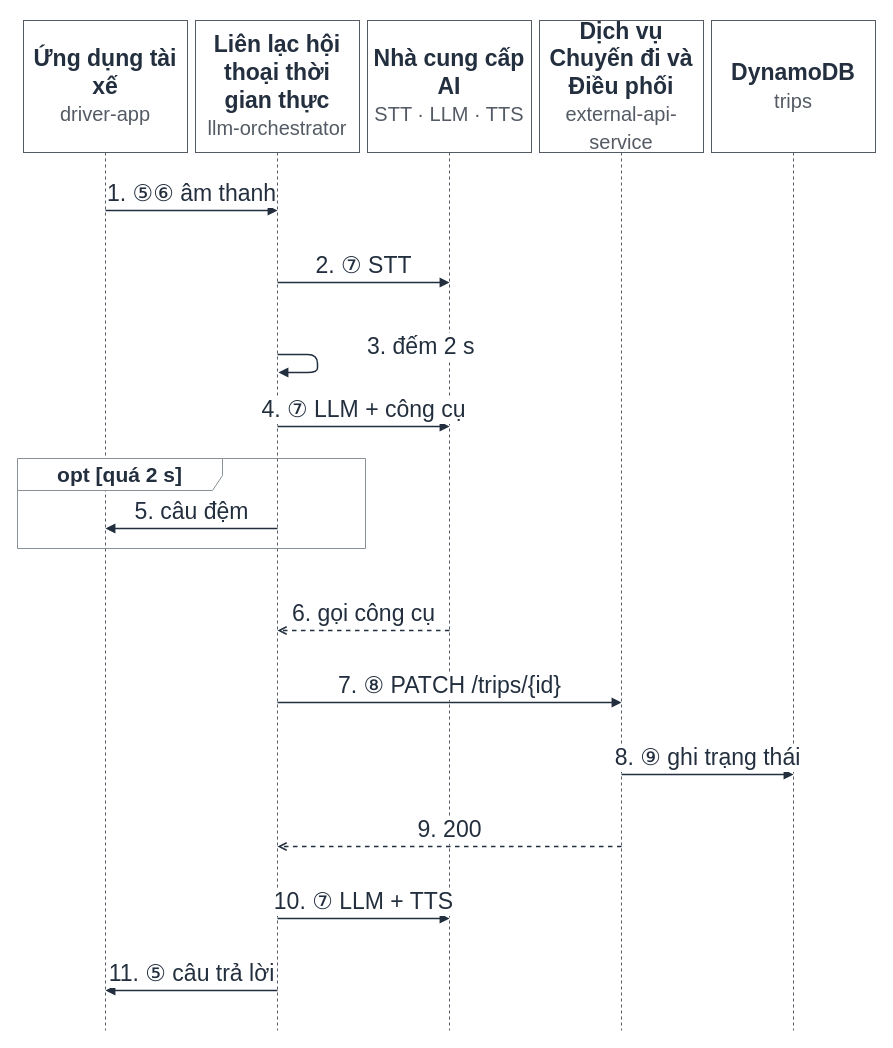
The draw.io diagram page "S3 Một lượt hội thoại" (3 of 7) of docs/diagrams/H4_sequences.drawio in nexgenspeak-max/AI-Powered-Driver-Assistant, before the edit. Source tidied: cells renumbered, new cells numbered last; positions are measured from the earlier drawing's top-left corner, leaving out a move shared by most shapes. Both pictures are drawn from the tidied source at 100%, with x=0, y=0 at pixel (17, 20).
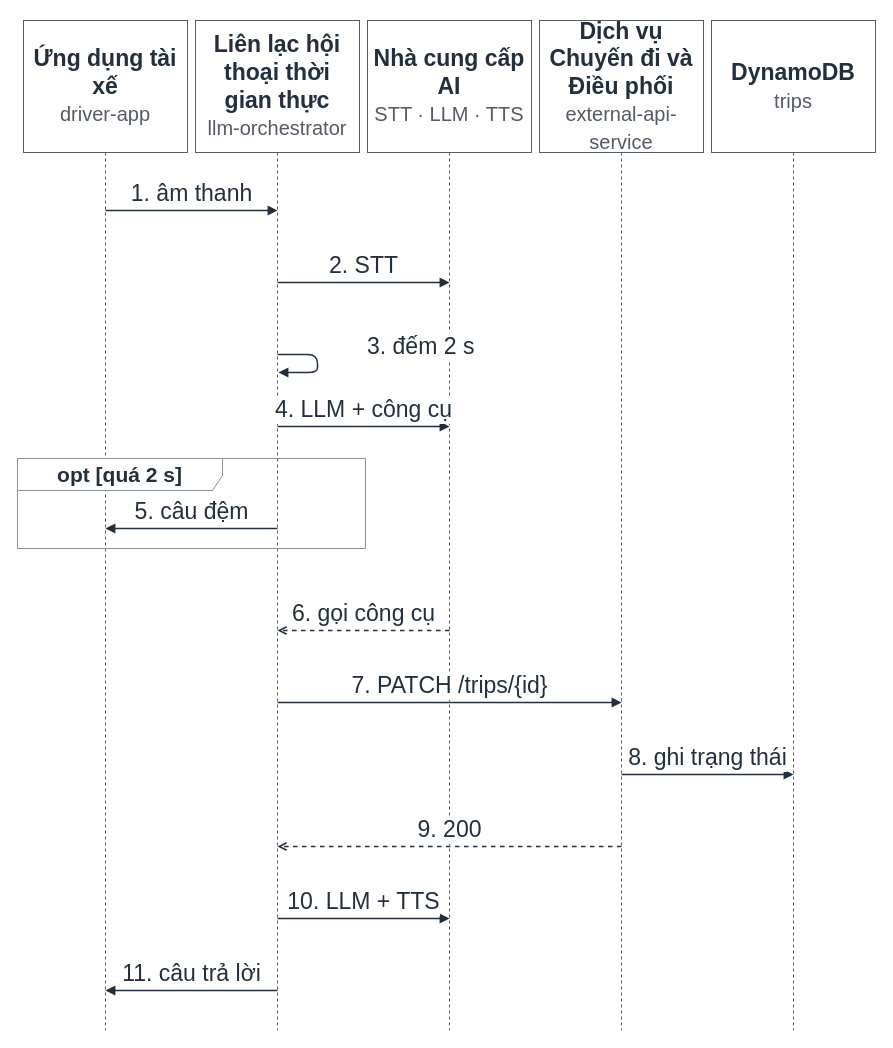
The same diagram, later.

Change to the diagram source:
```diff
@@
-    <mxCell id="7" value="1. ⑤⑥ âm thanh" style="html=1;verticalAlign=bottom;endArrow=block;endFill=1;strokeColor=#232F3E;strokeWidth=1.5;fontSize=23;fontColor=#232F3E;labelBackgroundColor=#FFFFFF;fontFamily=Helvetica;" parent="1" edge="1">
+    <mxCell id="7" value="1. âm thanh" style="html=1;verticalAlign=bottom;endArrow=block;endFill=1;strokeColor=#232F3E;strokeWidth=1.5;fontSize=23;fontColor=#232F3E;labelBackgroundColor=#FFFFFF;fontFamily=Helvetica;" parent="1" edge="1">
       <mxGeometry relative="1" as="geometry">
         <mxPoint x="88" y="190" as="sourcePoint" />
         <mxPoint x="260" y="190" as="targetPoint" />
       </mxGeometry>
     </mxCell>
-    <mxCell id="8" value="2. ⑦ STT" style="html=1;verticalAlign=bottom;endArrow=block;endFill=1;strokeColor=#232F3E;strokeWidth=1.5;fontSize=23;fontColor=#232F3E;labelBackgroundColor=#FFFFFF;fontFamily=Helvetica;" parent="1" edge="1">
+    <mxCell id="8" value="2. STT" style="html=1;verticalAlign=bottom;endArrow=block;endFill=1;strokeColor=#232F3E;strokeWidth=1.5;fontSize=23;fontColor=#232F3E;labelBackgroundColor=#FFFFFF;fontFamily=Helvetica;" parent="1" edge="1">
       <mxGeometry relative="1" as="geometry">
         <mxPoint x="260" y="262" as="sourcePoint" />
         <mxPoint x="432" y="262" as="targetPoint" />
       </mxGeometry>
     </mxCell>
@@
-    <mxCell id="10" value="4. ⑦ LLM + công cụ" style="html=1;verticalAlign=bottom;endArrow=block;endFill=1;strokeColor=#232F3E;strokeWidth=1.5;fontSize=23;fontColor=#232F3E;labelBackgroundColor=#FFFFFF;fontFamily=Helvetica;" parent="1" edge="1">
+    <mxCell id="10" value="4. LLM + công cụ" style="html=1;verticalAlign=bottom;endArrow=block;endFill=1;strokeColor=#232F3E;strokeWidth=1.5;fontSize=23;fontColor=#232F3E;labelBackgroundColor=#FFFFFF;fontFamily=Helvetica;" parent="1" edge="1">
       <mxGeometry relative="1" as="geometry">
         <mxPoint x="260" y="406" as="sourcePoint" />
         <mxPoint x="432" y="406" as="targetPoint" />
       </mxGeometry>
     </mxCell>
@@
-    <mxCell id="13" value="7. ⑧ PATCH /trips/{id}" style="html=1;verticalAlign=bottom;endArrow=block;endFill=1;strokeColor=#232F3E;strokeWidth=1.5;fontSize=23;fontColor=#232F3E;labelBackgroundColor=#FFFFFF;fontFamily=Helvetica;" parent="1" edge="1">
+    <mxCell id="13" value="7. PATCH /trips/{id}" style="html=1;verticalAlign=bottom;endArrow=block;endFill=1;strokeColor=#232F3E;strokeWidth=1.5;fontSize=23;fontColor=#232F3E;labelBackgroundColor=#FFFFFF;fontFamily=Helvetica;" parent="1" edge="1">
       <mxGeometry relative="1" as="geometry">
         <mxPoint x="260" y="682" as="sourcePoint" />
         <mxPoint x="604" y="682" as="targetPoint" />
       </mxGeometry>
     </mxCell>
-    <mxCell id="14" value="8. ⑨ ghi trạng thái" style="html=1;verticalAlign=bottom;endArrow=block;endFill=1;strokeColor=#232F3E;strokeWidth=1.5;fontSize=23;fontColor=#232F3E;labelBackgroundColor=#FFFFFF;fontFamily=Helvetica;" parent="1" edge="1">
+    <mxCell id="14" value="8. ghi trạng thái" style="html=1;verticalAlign=bottom;endArrow=block;endFill=1;strokeColor=#232F3E;strokeWidth=1.5;fontSize=23;fontColor=#232F3E;labelBackgroundColor=#FFFFFF;fontFamily=Helvetica;" parent="1" edge="1">
       <mxGeometry relative="1" as="geometry">
         <mxPoint x="604" y="754" as="sourcePoint" />
         <mxPoint x="776" y="754" as="targetPoint" />
       </mxGeometry>
     </mxCell>
@@
-    <mxCell id="16" value="10. ⑦ LLM + TTS" style="html=1;verticalAlign=bottom;endArrow=block;endFill=1;strokeColor=#232F3E;strokeWidth=1.5;fontSize=23;fontColor=#232F3E;labelBackgroundColor=#FFFFFF;fontFamily=Helvetica;" parent="1" edge="1">
+    <mxCell id="16" value="10. LLM + TTS" style="html=1;verticalAlign=bottom;endArrow=block;endFill=1;strokeColor=#232F3E;strokeWidth=1.5;fontSize=23;fontColor=#232F3E;labelBackgroundColor=#FFFFFF;fontFamily=Helvetica;" parent="1" edge="1">
       <mxGeometry relative="1" as="geometry">
         <mxPoint x="260" y="898" as="sourcePoint" />
         <mxPoint x="432" y="898" as="targetPoint" />
       </mxGeometry>
     </mxCell>
-    <mxCell id="17" value="11. ⑤ câu trả lời" style="html=1;verticalAlign=bottom;endArrow=block;endFill=1;strokeColor=#232F3E;strokeWidth=1.5;fontSize=23;fontColor=#232F3E;labelBackgroundColor=#FFFFFF;fontFamily=Helvetica;" parent="1" edge="1">
+    <mxCell id="17" value="11. câu trả lời" style="html=1;verticalAlign=bottom;endArrow=block;endFill=1;strokeColor=#232F3E;strokeWidth=1.5;fontSize=23;fontColor=#232F3E;labelBackgroundColor=#FFFFFF;fontFamily=Helvetica;" parent="1" edge="1">
       <mxGeometry relative="1" as="geometry">
         <mxPoint x="260" y="970" as="sourcePoint" />
         <mxPoint x="88" y="970" as="targetPoint" />
       </mxGeometry>
     </mxCell>
```
